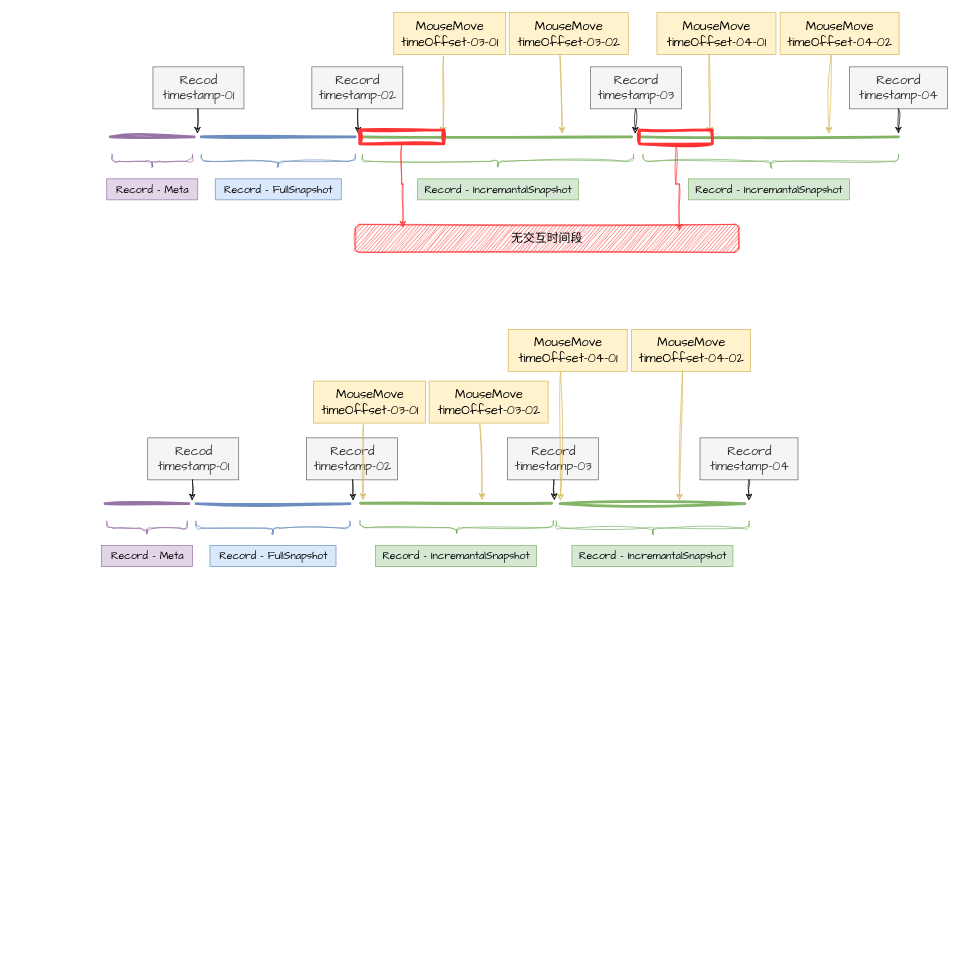
This is page "rrweb-跳过空白" (3 of 3) of 123.drawio from swlws/drawio, a draw.io file, before an edit. Source tidied: cells renumbered, new cells numbered last; positions are measured from the earlier drawing's top-left corner, leaving out a move shared by most shapes. Both pictures are drawn from the tidied source at 70%, with x=0, y=0 at pixel (101, 13).
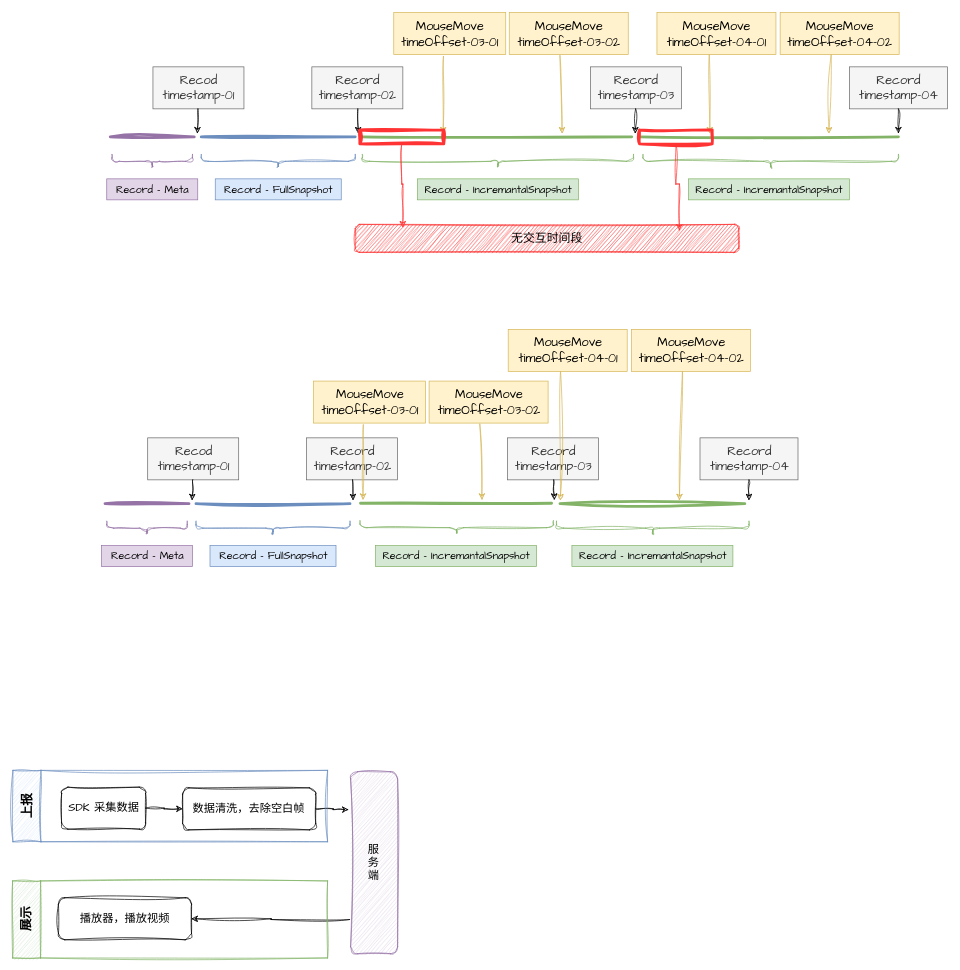
The same page after the edit.

The edit, as a diff of the source:
```diff
@@
+    <mxCell id="63" style="edgeStyle=orthogonalEdgeStyle;rounded=0;sketch=1;hachureGap=4;jiggle=2;curveFitting=1;jettySize=auto;html=1;fontFamily=Architects Daughter;" parent="1" edge="1" source="64" target="65">
+      <mxGeometry relative="1" as="geometry" />
+    </mxCell>
+    <mxCell id="64" value="&lt;font style=&quot;font-size: 16px;&quot;&gt;SDK 采集数据&lt;/font&gt;" style="rounded=1;whiteSpace=wrap;html=1;sketch=1;hachureGap=4;jiggle=2;curveFitting=1;fontFamily=Architects Daughter;" parent="1" vertex="1">
+      <mxGeometry x="-56.5" y="1106" width="120" height="60" as="geometry" />
+    </mxCell>
+    <mxCell id="65" value="&lt;font style=&quot;font-size: 16px;&quot;&gt;数据清洗，去除空白帧&lt;/font&gt;" style="rounded=1;whiteSpace=wrap;html=1;sketch=1;hachureGap=4;jiggle=2;curveFitting=1;fontFamily=Architects Daughter;" parent="1" vertex="1">
+      <mxGeometry x="116.4" y="1107" width="190.1" height="60" as="geometry" />
+    </mxCell>
+    <mxCell id="66" value="&lt;font style=&quot;font-size: 16px;&quot;&gt;播放器，播放视频&lt;/font&gt;" style="rounded=1;whiteSpace=wrap;html=1;sketch=1;hachureGap=4;jiggle=2;curveFitting=1;fontFamily=Architects Daughter;" parent="1" vertex="1">
+      <mxGeometry x="-61" y="1264" width="190.1" height="60" as="geometry" />
+    </mxCell>
+    <mxCell id="67" value="&lt;font style=&quot;font-size: 16px;&quot;&gt;服&lt;/font&gt;&lt;div&gt;&lt;font style=&quot;font-size: 16px;&quot;&gt;务&lt;/font&gt;&lt;/div&gt;&lt;div&gt;&lt;font style=&quot;font-size: 16px;&quot;&gt;端&lt;/font&gt;&lt;/div&gt;" style="rounded=1;whiteSpace=wrap;html=1;sketch=1;hachureGap=4;jiggle=2;curveFitting=1;fontFamily=Architects Daughter;fillColor=#e1d5e7;strokeColor=#9673a6;" parent="1" vertex="1">
+      <mxGeometry x="356.4" y="1084" width="67.1" height="260" as="geometry" />
+    </mxCell>
+    <mxCell id="68" style="edgeStyle=orthogonalEdgeStyle;rounded=0;sketch=1;hachureGap=4;jiggle=2;curveFitting=1;jettySize=auto;html=1;entryX=-0.045;entryY=0.208;entryDx=0;entryDy=0;entryPerimeter=0;fontFamily=Architects Daughter;" parent="1" edge="1" source="65" target="67">
+      <mxGeometry relative="1" as="geometry" />
+    </mxCell>
+    <mxCell id="69" style="edgeStyle=orthogonalEdgeStyle;rounded=0;sketch=1;hachureGap=4;jiggle=2;curveFitting=1;jettySize=auto;html=1;entryX=1;entryY=0.5;entryDx=0;entryDy=0;fontFamily=Architects Daughter;exitX=-0.021;exitY=0.812;exitDx=0;exitDy=0;exitPerimeter=0;" parent="1" edge="1" source="67" target="66">
+      <mxGeometry relative="1" as="geometry" />
+    </mxCell>
+    <mxCell id="70" value="&lt;font style=&quot;font-size: 18px;&quot;&gt;上报&lt;/font&gt;" style="swimlane;horizontal=0;whiteSpace=wrap;html=1;sketch=1;hachureGap=4;jiggle=2;curveFitting=1;fontFamily=Architects Daughter;startSize=40;fillColor=#dae8fc;strokeColor=#6c8ebf;" parent="1" vertex="1">
+      <mxGeometry x="-126" y="1082" width="449.5" height="102" as="geometry" />
+    </mxCell>
+    <mxCell id="71" value="&lt;font style=&quot;font-size: 18px;&quot;&gt;展示&lt;/font&gt;" style="swimlane;horizontal=0;whiteSpace=wrap;html=1;sketch=1;hachureGap=4;jiggle=2;curveFitting=1;fontFamily=Architects Daughter;startSize=40;fillColor=#d5e8d4;strokeColor=#82b366;" parent="1" vertex="1">
+      <mxGeometry x="-126.5" y="1240" width="450" height="110" as="geometry" />
+    </mxCell>
```
